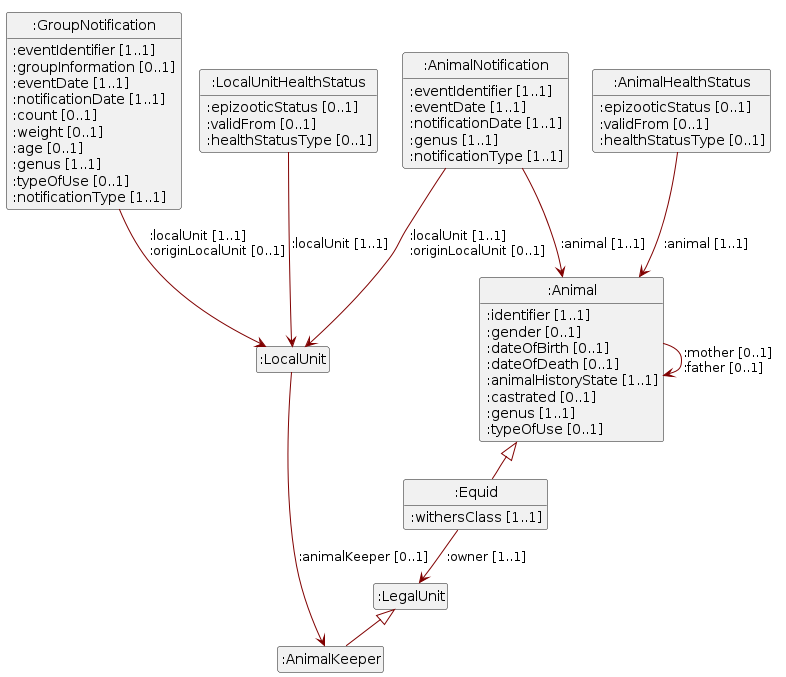
Above: assets/img/uml.png in blw-ofag-ufag/eCH-0309 (PlantUML), before the change. Its diagram source:
```plantuml
@startuml
!pragma layout smetana
set namespaceSeparator none
skinparam classFontSize 14
!define LIGHTORANGE
!pragma svgSize <U+1F610> XX
skinparam componentStyle uml2
skinparam wrapMessageWidth 100
skinparam ArrowColor #Maroon
set namespaceSeparator none
Class ":Equid"
":Equid" --> ":LegalUnit" : :owner [1..1]
":Equid" : :withersClass [1..1]
Class ":LegalUnit"
Class ":GroupNotification"
":GroupNotification" : :eventIdentifier [1..1]
":GroupNotification" : :groupInformation [0..1]
":GroupNotification" : :eventDate [1..1]
":GroupNotification" : :notificationDate [1..1]
":GroupNotification" : :count [0..1]
":GroupNotification" : :weight [0..1]
":GroupNotification" : :age [0..1]
":GroupNotification" --> ":LocalUnit" : :localUnit<U+00A0>[1..1]  \l:originLocalUnit<U+00A0>[0..1]
":GroupNotification" : :genus [1..1]
":GroupNotification" : :typeOfUse [0..1]
":GroupNotification" : :notificationType [1..1]
Class ":AnimalKeeper"
Class ":AnimalNotification"
":AnimalNotification" : :eventIdentifier [1..1]
":AnimalNotification" : :eventDate [1..1]
":AnimalNotification" : :notificationDate [1..1]
":AnimalNotification" --> ":Animal" : :animal<U+00A0>[1..1]
":AnimalNotification" --> ":LocalUnit" : :localUnit<U+00A0>[1..1]  \l:originLocalUnit<U+00A0>[0..1]
":AnimalNotification" : :genus [1..1]
":AnimalNotification" : :notificationType [1..1]
Class ":LocalUnit"
":LocalUnit" --> ":AnimalKeeper" : :animalKeeper [0..1]
Class ":LocalUnitHealthStatus"
":LocalUnitHealthStatus" : :epizooticStatus [0..1]
":LocalUnitHealthStatus" : :validFrom [0..1]
":LocalUnitHealthStatus" : :healthStatusType [0..1]
":LocalUnitHealthStatus" --> ":LocalUnit" : :localUnit<U+00A0>[1..1]
Class ":AnimalHealthStatus"
":AnimalHealthStatus" : :epizooticStatus [0..1]
":AnimalHealthStatus" : :validFrom [0..1]
":AnimalHealthStatus" --> ":Animal" : :animal<U+00A0>[1..1]
":AnimalHealthStatus" : :healthStatusType [0..1]
Class ":Animal"
":Animal" : :identifier [1..1]
":Animal" : :gender [0..1]
":Animal" : :dateOfBirth [0..1]
":Animal" : :dateOfDeath [0..1]
":Animal" : :animalHistoryState [1..1]
":Animal" : :castrated [0..1]
":Animal" --> ":Animal" : :mother<U+00A0>[0..1]  \l:father<U+00A0>[0..1]
":Animal" : :genus [1..1]
":Animal" : :typeOfUse [0..1]
":Animal" <|-- ":Equid"
":LegalUnit" <|-- ":AnimalKeeper"
hide circle
hide empty members
@enduml
```
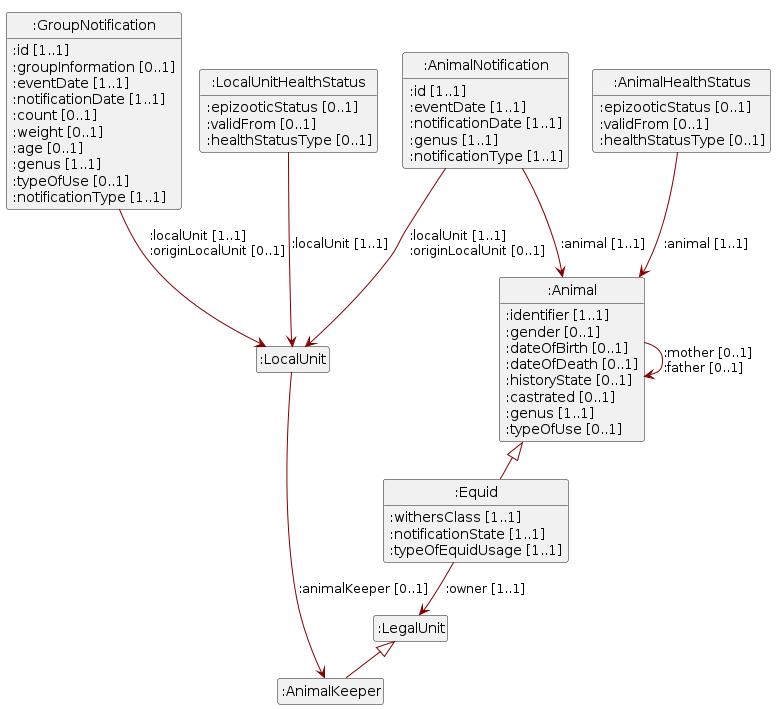
After the change.

Diff of the diagram source:
```diff
@@ -11,9 +11,11 @@
 Class ":Equid"
 ":Equid" --> ":LegalUnit" : :owner [1..1]
 ":Equid" : :withersClass [1..1]
+":Equid" : :notificationState [1..1]
+":Equid" : :typeOfEquidUsage [1..1]
 Class ":LegalUnit"
 Class ":GroupNotification"
-":GroupNotification" : :eventIdentifier [1..1]
+":GroupNotification" : :id [1..1]
 ":GroupNotification" : :groupInformation [0..1]
 ":GroupNotification" : :eventDate [1..1]
 ":GroupNotification" : :notificationDate [1..1]
@@ -26,7 +28,7 @@
 ":GroupNotification" : :notificationType [1..1]
 Class ":AnimalKeeper"
 Class ":AnimalNotification"
-":AnimalNotification" : :eventIdentifier [1..1]
+":AnimalNotification" : :id [1..1]
 ":AnimalNotification" : :eventDate [1..1]
 ":AnimalNotification" : :notificationDate [1..1]
 ":AnimalNotification" --> ":Animal" : :animal<U+00A0>[1..1]
@@ -50,7 +52,7 @@
 ":Animal" : :gender [0..1]
 ":Animal" : :dateOfBirth [0..1]
 ":Animal" : :dateOfDeath [0..1]
-":Animal" : :animalHistoryState [1..1]
+":Animal" : :historyState [0..1]
 ":Animal" : :castrated [0..1]
 ":Animal" --> ":Animal" : :mother<U+00A0>[0..1]  \l:father<U+00A0>[0..1]
 ":Animal" : :genus [1..1]
```
